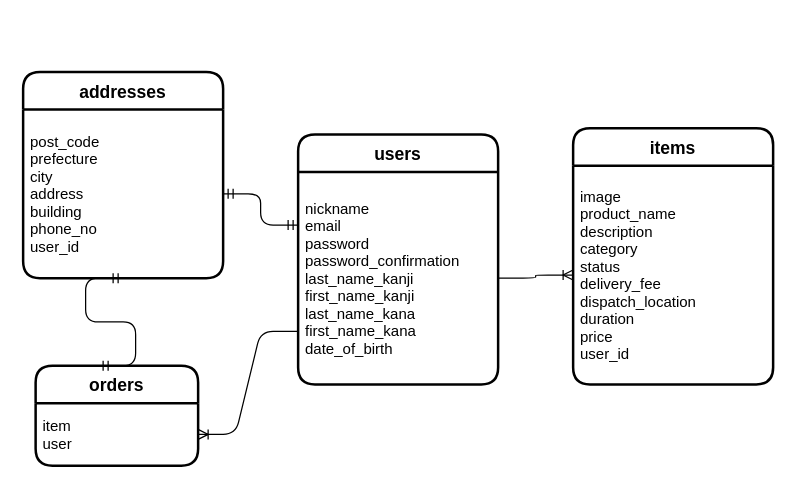
ShokoEnya/furima-32598 keeps this draw.io diagram as er.dio. Above is the earlier version. Source tidied: cells renumbered, new cells numbered last; positions are measured from the earlier drawing's top-left corner, leaving out a move shared by most shapes. Both pictures are drawn from the tidied source at 125%, with x=0, y=0 at pixel (22, 71).
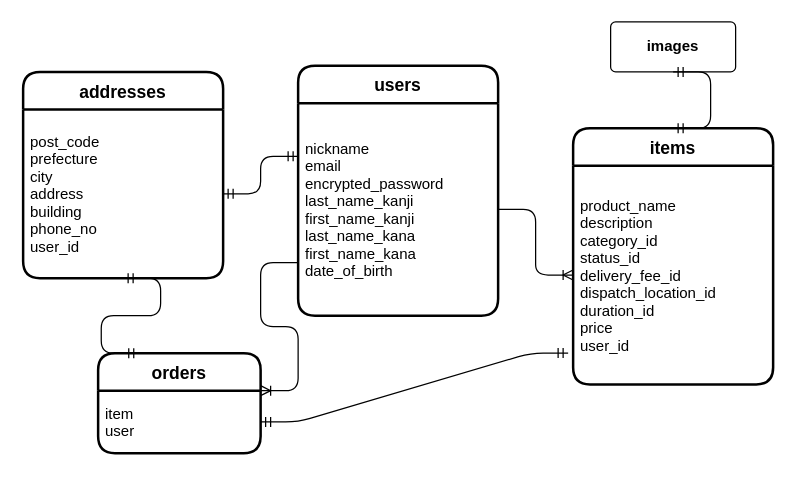
The same diagram, later.

Change to the diagram source:
```diff
@@
 <mxGraphModel>
   <root>
     <mxCell id="0" />
     <mxCell id="1" parent="0" />
     <mxCell id="2" value="users" style="swimlane;horizontal=1;startSize=30;rounded=1;fontSize=14;fontStyle=1;strokeWidth=2;shadow=0;dashed=0;align=center;" parent="1" vertex="1">
-      <mxGeometry x="220" y="50" width="160" height="200" as="geometry" />
+      <mxGeometry x="220" y="-5" width="160" height="200" as="geometry" />
     </mxCell>
-    <mxCell id="3" value="nickname&#10;email&#10;password&#10;password_confirmation&#10;last_name_kanji&#10;first_name_kanji&#10;last_name_kana&#10;first_name_kana&#10;date_of_birth" style="align=left;strokeColor=none;fillColor=none;spacingLeft=4;fontSize=12;verticalAlign=middle;" parent="2" vertex="1">
+    <mxCell id="3" value="nickname&#10;email&#10;encrypted_password&#10;last_name_kanji&#10;first_name_kanji&#10;last_name_kana&#10;first_name_kana&#10;date_of_birth" style="align=left;strokeColor=none;fillColor=none;spacingLeft=4;fontSize=12;verticalAlign=middle;" parent="2" vertex="1">
       <mxGeometry y="30" width="160" height="170" as="geometry" />
     </mxCell>
     <mxCell id="4" value="items" style="swimlane;horizontal=1;startSize=30;rounded=1;fontSize=14;fontStyle=1;strokeWidth=2;shadow=0;dashed=0;align=center;" parent="1" vertex="1">
       <mxGeometry x="440" y="45" width="160" height="205" as="geometry" />
     </mxCell>
-    <mxCell id="5" value="image&#10;product_name&#10;description&#10;category&#10;status&#10;delivery_fee&#10;dispatch_location&#10;duration&#10;price&#10;user_id" style="align=left;strokeColor=none;fillColor=none;spacingLeft=4;fontSize=12;verticalAlign=middle;" parent="4" vertex="1">
+    <mxCell id="5" value="product_name&#10;description&#10;category_id&#10;status_id&#10;delivery_fee_id&#10;dispatch_location_id&#10;duration_id&#10;price&#10;user_id" style="align=left;strokeColor=none;fillColor=none;spacingLeft=4;fontSize=12;verticalAlign=middle;" parent="4" vertex="1">
       <mxGeometry y="30" width="160" height="175" as="geometry" />
     </mxCell>
     <mxCell id="6" style="edgeStyle=entityRelationEdgeStyle;fontSize=12;html=1;endArrow=ERoneToMany;exitX=1;exitY=0.5;exitDx=0;exitDy=0;entryX=0;entryY=0.5;entryDx=0;entryDy=0;" parent="1" edge="1" source="3" target="5">
       <mxGeometry relative="1" as="geometry" />
     </mxCell>
     <mxCell id="7" value="addresses" style="swimlane;horizontal=1;startSize=30;rounded=1;fontSize=14;fontStyle=1;strokeWidth=2;shadow=0;dashed=0;align=center;" parent="1" vertex="1">
       <mxGeometry width="160" height="165" as="geometry" />
     </mxCell>
     <mxCell id="8" value="post_code&#10;prefecture&#10;city&#10;address&#10;building&#10;phone_no&#10;user_id" style="align=left;strokeColor=none;fillColor=none;spacingLeft=4;fontSize=12;verticalAlign=middle;" parent="7" vertex="1">
       <mxGeometry y="30" width="160" height="135" as="geometry" />
     </mxCell>
     <mxCell id="9" value="orders" style="swimlane;horizontal=1;startSize=30;rounded=1;fontSize=14;fontStyle=1;strokeWidth=2;shadow=0;dashed=0;align=center;" parent="1" vertex="1">
-      <mxGeometry x="10" y="235" width="130" height="80" as="geometry" />
+      <mxGeometry x="60" y="225" width="130" height="80" as="geometry" />
     </mxCell>
     <mxCell id="10" value="item&#10;user" style="align=left;strokeColor=none;fillColor=none;spacingLeft=4;fontSize=12;verticalAlign=middle;" parent="9" vertex="1">
       <mxGeometry y="30" width="130" height="50" as="geometry" />
     </mxCell>
     <mxCell id="11" style="edgeStyle=entityRelationEdgeStyle;fontSize=12;html=1;endArrow=ERmandOne;startArrow=ERmandOne;exitX=0;exitY=0.25;exitDx=0;exitDy=0;entryX=1;entryY=0.5;entryDx=0;entryDy=0;" parent="1" edge="1" source="3" target="8">
       <mxGeometry relative="1" as="geometry" />
     </mxCell>
-    <mxCell id="12" style="edgeStyle=entityRelationEdgeStyle;fontSize=12;html=1;endArrow=ERmandOne;startArrow=ERmandOne;entryX=0.5;entryY=1;entryDx=0;entryDy=0;" parent="1" edge="1" target="8">
-      <mxGeometry relative="1" as="geometry">
-        <mxPoint x="60" y="235" as="sourcePoint" />
-      </mxGeometry>
+    <mxCell id="12" style="edgeStyle=entityRelationEdgeStyle;fontSize=12;html=1;endArrow=ERmandOne;startArrow=ERmandOne;entryX=0.5;entryY=1;entryDx=0;entryDy=0;exitX=0.25;exitY=0;exitDx=0;exitDy=0;" parent="1" edge="1" source="9" target="8">
+      <mxGeometry relative="1" as="geometry" />
     </mxCell>
-    <mxCell id="13" style="edgeStyle=entityRelationEdgeStyle;fontSize=12;html=1;endArrow=ERoneToMany;exitX=0;exitY=0.75;exitDx=0;exitDy=0;entryX=1;entryY=0.5;entryDx=0;entryDy=0;" parent="1" edge="1" source="3" target="10">
+    <mxCell id="13" style="edgeStyle=entityRelationEdgeStyle;fontSize=12;html=1;endArrow=ERoneToMany;exitX=0;exitY=0.75;exitDx=0;exitDy=0;entryX=1;entryY=0;entryDx=0;entryDy=0;" parent="1" edge="1" source="3" target="10">
       <mxGeometry relative="1" as="geometry" />
     </mxCell>
+    <mxCell id="14" value="images" style="rounded=1;arcSize=10;whiteSpace=wrap;html=1;align=center;fontStyle=1;" parent="1" vertex="1">
+      <mxGeometry x="470" y="-40" width="100" height="40" as="geometry" />
+    </mxCell>
+    <mxCell id="15" style="edgeStyle=entityRelationEdgeStyle;fontSize=12;html=1;endArrow=ERmandOne;startArrow=ERmandOne;exitX=0.5;exitY=0;exitDx=0;exitDy=0;entryX=0.5;entryY=1;entryDx=0;entryDy=0;" parent="1" edge="1" source="4" target="14">
+      <mxGeometry relative="1" as="geometry" />
+    </mxCell>
+    <mxCell id="16" style="edgeStyle=entityRelationEdgeStyle;fontSize=12;html=1;endArrow=ERmandOne;startArrow=ERmandOne;entryX=-0.025;entryY=0.857;entryDx=0;entryDy=0;exitX=1;exitY=0.5;exitDx=0;exitDy=0;entryPerimeter=0;" parent="1" edge="1" source="10" target="5">
+      <mxGeometry relative="1" as="geometry" />
+    </mxCell>
   </root>
 </mxGraphModel>
```
